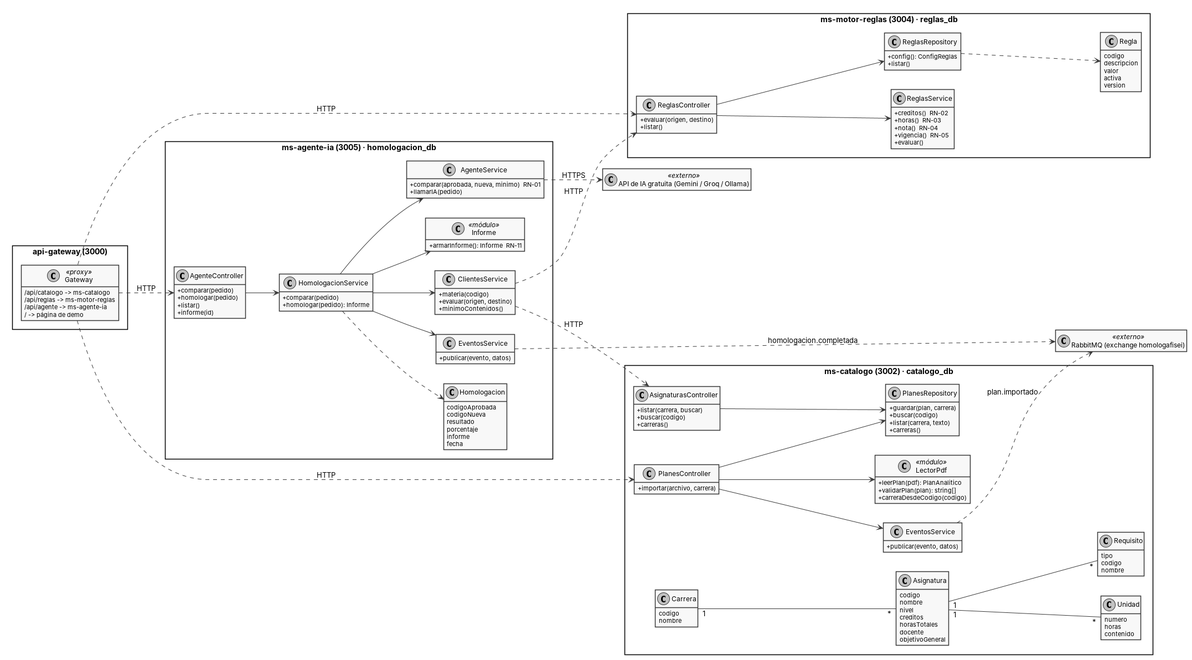
Above: docs/clases.png in tituanadiana65-glitch/HomologaFISEI (PlantUML), before the change. Its source is kept beside it as docs/clases.puml. The source it was exported from:
```plantuml
@startuml
skinparam packageStyle rectangle
skinparam monochrome true
skinparam shadowing false
skinparam defaultFontName Arial
skinparam classAttributeIconSize 0
hide empty members
left to right direction

package "api-gateway (3000)" {
  class Gateway <<proxy>> {
    /api/catalogo -> ms-catalogo
    /api/reglas -> ms-motor-reglas
    /api/agente -> ms-agente-ia
    / -> página de demo
  }
}

package "ms-catalogo (3002) · catalogo_db" {
  class PlanesController {
    +importar(archivo, carrera)
  }
  class AsignaturasController {
    +listar(carrera, buscar)
    +buscar(codigo)
    +carreras()
  }
  class LectorPdf <<módulo>> {
    +leerPlan(pdf): PlanAnalitico
    +validarPlan(plan): string[]
    +carreraDesdeCodigo(codigo)
  }
  class PlanesRepository {
    +guardar(plan, carrera)
    +buscar(codigo)
    +listar(carrera, texto)
    +carreras()
  }
  class "EventosService" as EvC {
    +publicar(evento, datos)
  }
  class Carrera {
    codigo
    nombre
  }
  class Asignatura {
    codigo
    nombre
    nivel
    creditos
    horasTotales
    docente
    objetivoGeneral
  }
  class Unidad {
    numero
    horas
    contenido
  }
  class Requisito {
    tipo
    codigo
    nombre
  }
  PlanesController --> LectorPdf
  PlanesController --> PlanesRepository
  PlanesController --> EvC
  AsignaturasController --> PlanesRepository
  Carrera "1" -- "*" Asignatura
  Asignatura "1" -- "*" Unidad
  Asignatura "1" -- "*" Requisito
}

package "ms-motor-reglas (3004) · reglas_db" {
  class ReglasController {
    +evaluar(origen, destino)
    +listar()
  }
  class ReglasService {
    +creditos()  RN-02
    +horas()  RN-03
    +nota()  RN-04
    +vigencia()  RN-05
    +evaluar()
  }
  class ReglasRepository {
    +config(): ConfigReglas
    +listar()
  }
  class Regla {
    codigo
    descripcion
    valor
    activa
    version
  }
  ReglasController --> ReglasService
  ReglasController --> ReglasRepository
  ReglasRepository ..> Regla
}

package "ms-agente-ia (3005) · homologacion_db" {
  class AgenteController {
    +comparar(pedido)
    +homologar(pedido)
    +listar()
    +informe(id)
  }
  class HomologacionService {
    +comparar(pedido)
    +homologar(pedido): Informe
  }
  class AgenteService {
    +comparar(aprobada, nueva, minimo)  RN-01
    +llamarIA(pedido)
  }
  class ClientesService {
    +materia(codigo)
    +evaluar(origen, destino)
    +minimoContenidos()
  }
  class Informe <<módulo>> {
    +armarInforme(): Informe  RN-11
  }
  class "EventosService" as EvA {
    +publicar(evento, datos)
  }
  class Homologacion {
    codigoAprobada
    codigoNueva
    resultado
    porcentaje
    informe
    fecha
  }
  AgenteController --> HomologacionService
  HomologacionService --> AgenteService
  HomologacionService --> ClientesService
  HomologacionService --> Informe
  HomologacionService --> EvA
  HomologacionService ..> Homologacion
}

class "API de IA gratuita (Gemini / Groq / Ollama)" as IA <<externo>>
class "RabbitMQ (exchange homologafisei)" as Rabbit <<externo>>

Gateway ..> PlanesController : HTTP
Gateway ..> AgenteController : HTTP
Gateway ..> ReglasController : HTTP
ClientesService ..> AsignaturasController : HTTP
ClientesService ..> ReglasController : HTTP
AgenteService ..> IA : HTTPS
EvC ..> Rabbit : plan.importado
EvA ..> Rabbit : homologacion.completada
@enduml
```
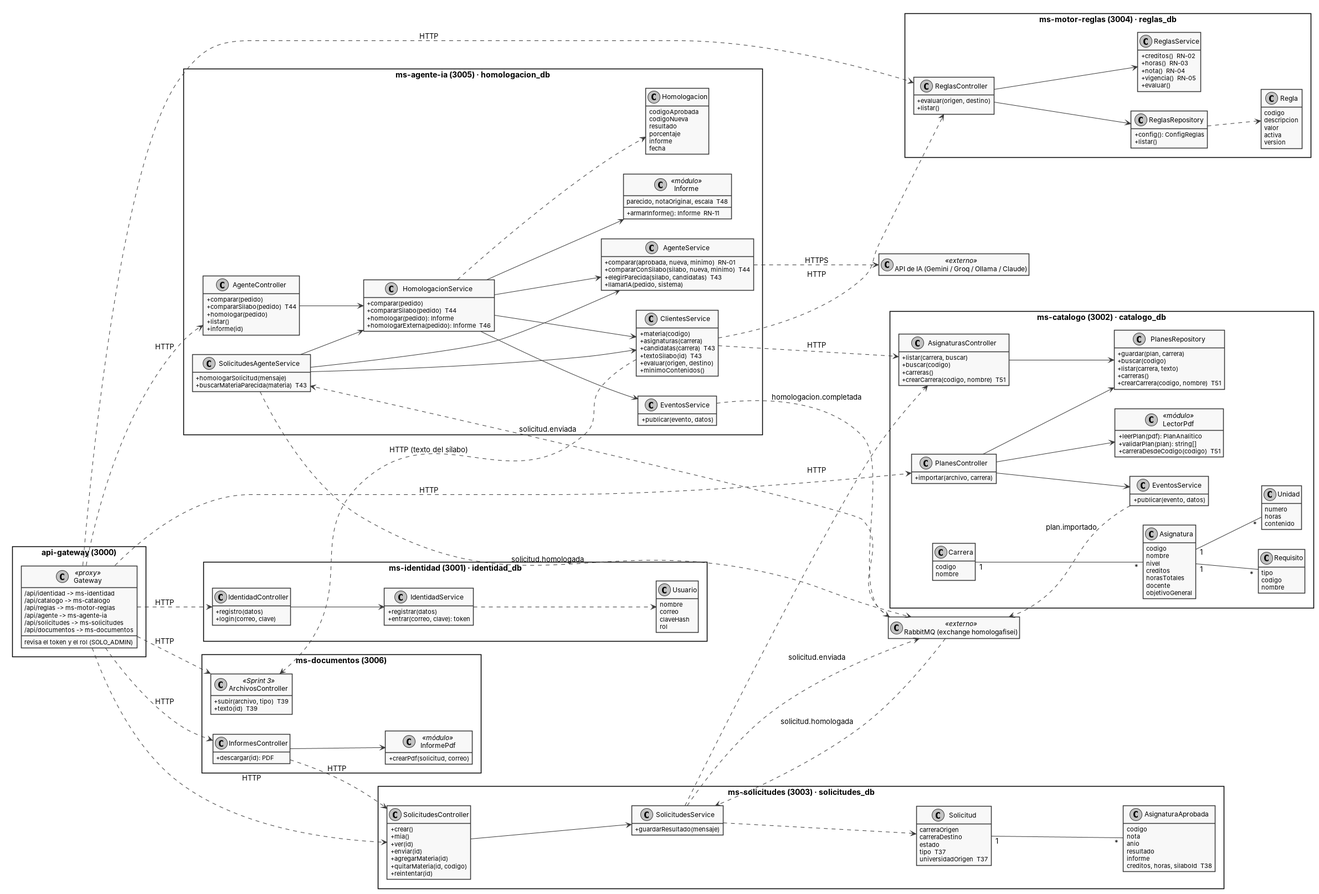
Later version of the same file.

Change to the diagram source:
```diff
@@ -9,10 +9,13 @@
 
 package "api-gateway (3000)" {
   class Gateway <<proxy>> {
+    /api/identidad -> ms-identidad
     /api/catalogo -> ms-catalogo
     /api/reglas -> ms-motor-reglas
     /api/agente -> ms-agente-ia
-    / -> página de demo
+    /api/solicitudes -> ms-solicitudes
+    /api/documentos -> ms-documentos
+    revisa el token y el rol (SOLO_ADMIN)
   }
 }
 
@@ -24,17 +27,19 @@
     +listar(carrera, buscar)
     +buscar(codigo)
     +carreras()
+    +crearCarrera(codigo, nombre)  T51
   }
   class LectorPdf <<módulo>> {
     +leerPlan(pdf): PlanAnalitico
     +validarPlan(plan): string[]
-    +carreraDesdeCodigo(codigo)
+    +carreraDesdeCodigo(codigo)  T51
   }
   class PlanesRepository {
     +guardar(plan, carrera)
     +buscar(codigo)
     +listar(carrera, texto)
     +carreras()
+    +crearCarrera(codigo, nombre)  T51
   }
   class "EventosService" as EvC {
     +publicar(evento, datos)
@@ -102,25 +107,38 @@
 package "ms-agente-ia (3005) · homologacion_db" {
   class AgenteController {
     +comparar(pedido)
+    +compararSilabo(pedido)  T44
     +homologar(pedido)
     +listar()
     +informe(id)
   }
   class HomologacionService {
     +comparar(pedido)
+    +compararSilabo(pedido)  T44
     +homologar(pedido): Informe
+    +homologarExterna(pedido): Informe  T46
   }
   class AgenteService {
     +comparar(aprobada, nueva, minimo)  RN-01
-    +llamarIA(pedido)
+    +compararConSilabo(silabo, nueva, minimo)  T44
+    +elegirParecida(silabo, candidatas)  T43
+    +llamarIA(pedido, sistema)
+  }
+  class SolicitudesAgenteService {
+    +homologarSolicitud(mensaje)
+    +buscarMateriaParecida(materia)  T43
   }
   class ClientesService {
     +materia(codigo)
+    +asignaturas(carrera)
+    +candidatas(carrera)  T43
+    +textoSilabo(id)  T43
     +evaluar(origen, destino)
     +minimoContenidos()
   }
   class Informe <<módulo>> {
     +armarInforme(): Informe  RN-11
+    parecido, notaOriginal, escala  T48
   }
   class "EventosService" as EvA {
     +publicar(evento, datos)
@@ -134,6 +152,9 @@
     fecha
   }
   AgenteController --> HomologacionService
+  SolicitudesAgenteService --> HomologacionService
+  SolicitudesAgenteService --> AgenteService
+  SolicitudesAgenteService --> ClientesService
   HomologacionService --> AgenteService
   HomologacionService --> ClientesService
   HomologacionService --> Informe
@@ -141,7 +162,73 @@
   HomologacionService ..> Homologacion
 }
 
-class "API de IA gratuita (Gemini / Groq / Ollama)" as IA <<externo>>
+package "ms-identidad (3001) · identidad_db" {
+  class IdentidadController {
+    +registro(datos)
+    +login(correo, clave)
+  }
+  class IdentidadService {
+    +registrar(datos)
+    +entrar(correo, clave): token
+  }
+  class Usuario {
+    nombre
+    correo
+    claveHash
+    rol
+  }
+  IdentidadController --> IdentidadService
+  IdentidadService ..> Usuario
+}
+
+package "ms-solicitudes (3003) · solicitudes_db" {
+  class SolicitudesController {
+    +crear()
+    +mia()
+    +ver(id)
+    +enviar(id)
+    +agregarMateria(id)
+    +quitarMateria(id, codigo)
+    +reintentar(id)
+  }
+  class SolicitudesService {
+    +guardarResultado(mensaje)
+  }
+  class Solicitud {
+    carreraOrigen
+    carreraDestino
+    estado
+    tipo  T37
+    universidadOrigen  T37
+  }
+  class AsignaturaAprobada {
+    codigo
+    nota
+    anio
+    resultado
+    informe
+    creditos, horas, silaboId  T38
+  }
+  SolicitudesController --> SolicitudesService
+  SolicitudesService ..> Solicitud
+  Solicitud "1" -- "*" AsignaturaAprobada
+}
+
+package "ms-documentos (3006)" {
+  class InformesController {
+    +descargar(id): PDF
+  }
+  class ArchivosController <<Sprint 3>> {
+    +subir(archivo, tipo)  T39
+    +texto(id)  T39
+  }
+  class InformePdf <<módulo>> {
+    +crearPdf(solicitud, correo)
+  }
+  InformesController --> InformePdf
+}
+
+class "API de IA (Gemini / Groq / Ollama / Claude)" as IA <<externo>>
 class "RabbitMQ (exchange homologafisei)" as Rabbit <<externo>>
 
 Gateway ..> PlanesController : HTTP
@@ -152,4 +239,15 @@
 AgenteService ..> IA : HTTPS
 EvC ..> Rabbit : plan.importado
 EvA ..> Rabbit : homologacion.completada
+SolicitudesService ..> Rabbit : solicitud.enviada
+Rabbit ..> SolicitudesAgenteService : solicitud.enviada
+SolicitudesAgenteService ..> Rabbit : solicitud.homologada
+Rabbit ..> SolicitudesService : solicitud.homologada
+Gateway ..> IdentidadController : HTTP
+Gateway ..> SolicitudesController : HTTP
+Gateway ..> InformesController : HTTP
+Gateway ..> ArchivosController : HTTP
+SolicitudesService ..> AsignaturasController : HTTP
+InformesController ..> SolicitudesController : HTTP
+ClientesService ..> ArchivosController : HTTP (texto del sílabo)
 @enduml
```
